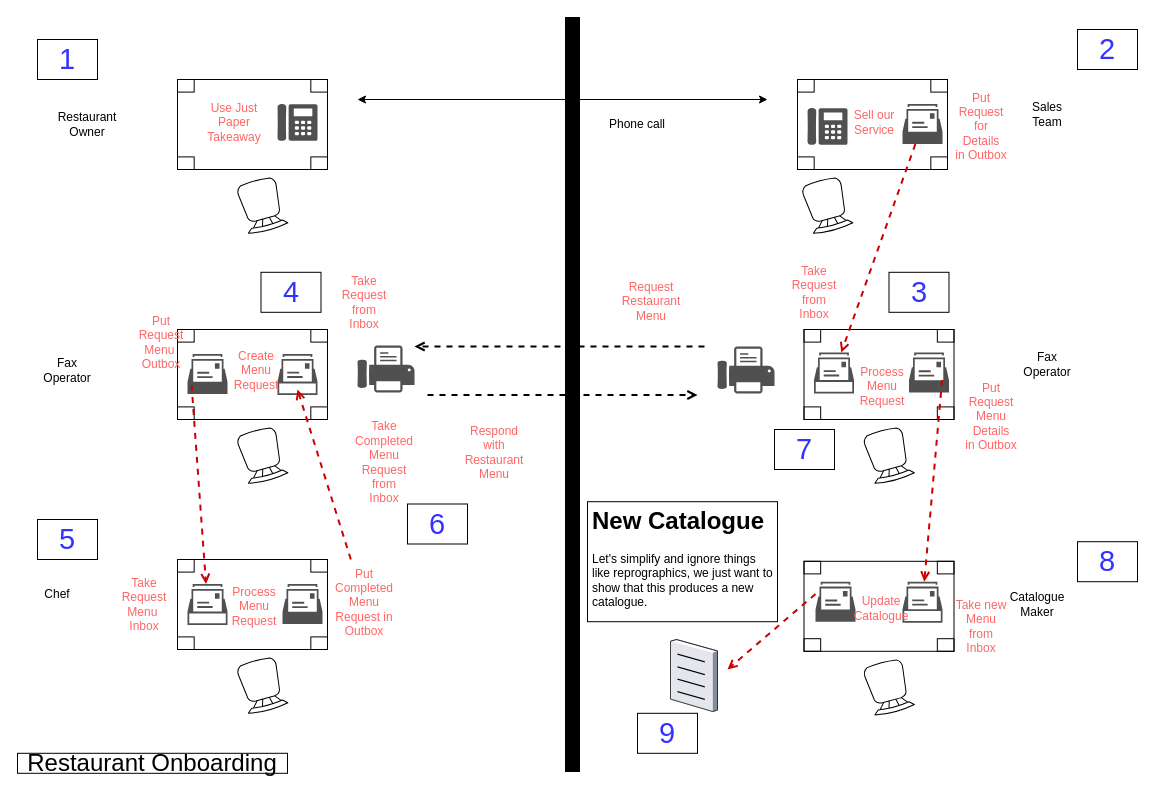
Earlier version of the draw.io diagram resources/Restaurant Onboarding.drawio (iancooper/practical-messaging). Source tidied: cells renumbered, new cells numbered last; positions are measured from the earlier drawing's top-left corner, leaving out a move shared by most shapes. Both pictures are drawn from the tidied source at 100%, with x=0, y=0 at pixel (17, 19).
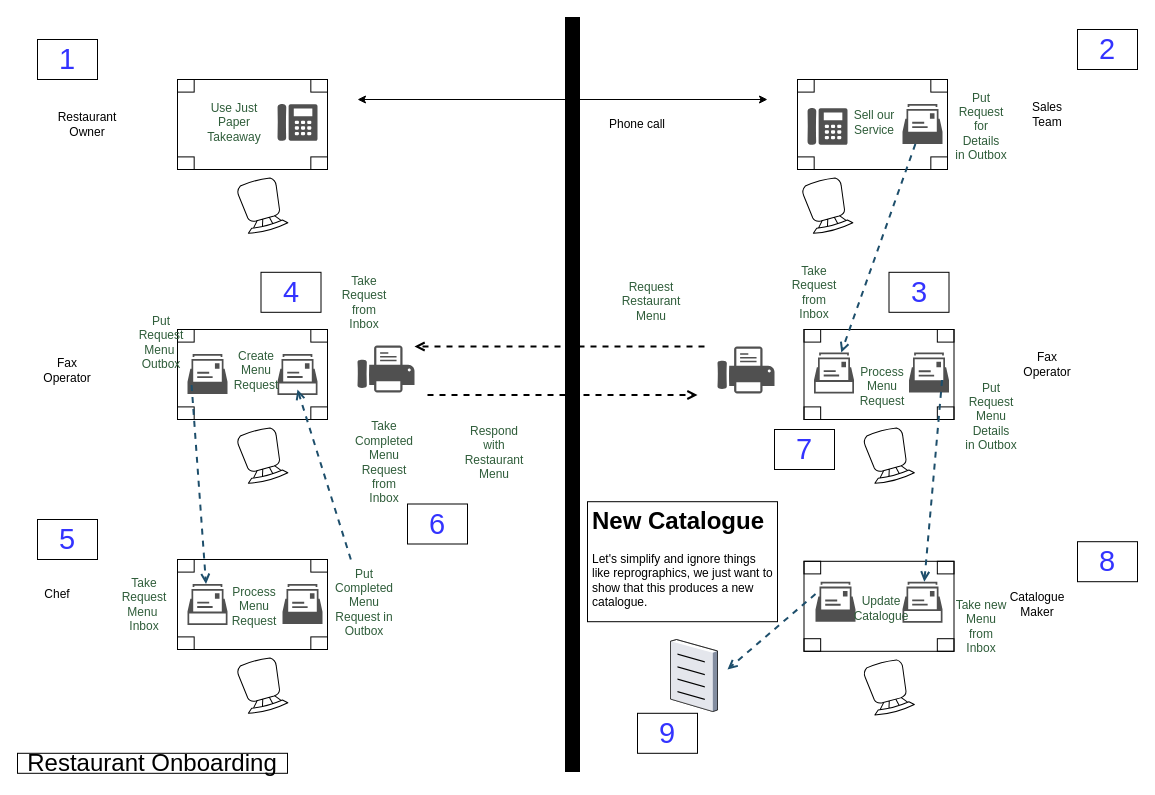
After the change.

Commit message (it also covers changes not shown here):
The 2021 flows stop drawing paper in red, and no re-export was needed

Unchanged cells that the change refers to:
```xml
<mxCell id="7" style="sketch=0;shadow=0;dashed=0;html=1;strokeColor=none;fillColor=#505050;labelPosition=center;verticalLabelPosition=bottom;verticalAlign=top;outlineConnect=0;align=center;shape=mxgraph.office.concepts.mailbox;" parent="1" vertex="1">
  <mxGeometry x="885" y="84.5" width="40" height="40" as="geometry" />
</mxCell>
<mxCell id="15" style="sketch=0;shadow=0;dashed=0;html=1;strokeColor=none;fillColor=#505050;labelPosition=center;verticalLabelPosition=bottom;verticalAlign=top;outlineConnect=0;align=center;shape=mxgraph.office.concepts.mailbox2;" parent="1" vertex="1">
  <mxGeometry x="796.5" y="333" width="40" height="41" as="geometry" />
</mxCell>
<mxCell id="37" style="sketch=0;shadow=0;dashed=0;html=1;strokeColor=none;fillColor=#505050;labelPosition=center;verticalLabelPosition=bottom;verticalAlign=top;outlineConnect=0;align=center;shape=mxgraph.office.concepts.mailbox2;" parent="1" vertex="1">
  <mxGeometry x="170" y="564.5" width="40" height="41" as="geometry" />
</mxCell>
<mxCell id="49" style="sketch=0;shadow=0;dashed=0;html=1;strokeColor=none;fillColor=#505050;labelPosition=center;verticalLabelPosition=bottom;verticalAlign=top;outlineConnect=0;align=center;shape=mxgraph.office.concepts.mailbox2;" parent="1" vertex="1">
  <mxGeometry x="885" y="562.2" width="40" height="41" as="geometry" />
</mxCell>
```

Change to the diagram source:
```diff
@@
-    <mxCell id="18" style="endArrow=open;dashed=1;html=1;strokeColor=#CC0000;endFill=0;strokeWidth=2;" parent="1" edge="1" source="7" target="15">
+    <mxCell id="18" style="endArrow=open;dashed=1;html=1;strokeColor=#1D4E6B;endFill=0;strokeWidth=2;" parent="1" edge="1" source="7" target="15">
       <mxGeometry relative="1" as="geometry" />
     </mxCell>
@@
-    <mxCell id="24" value="&lt;font color=&quot;#ff6666&quot;&gt;Put Request for Details&lt;br&gt;in Outbox&lt;/font&gt;" style="text;html=1;strokeColor=none;fillColor=none;align=center;verticalAlign=middle;whiteSpace=wrap;rounded=0;" parent="1" vertex="1">
+    <mxCell id="24" value="&lt;font color=&quot;#2F5D3A&quot;&gt;Put Request for Details&lt;br&gt;in Outbox&lt;/font&gt;" style="text;html=1;strokeColor=none;fillColor=none;align=center;verticalAlign=middle;whiteSpace=wrap;rounded=0;" parent="1" vertex="1">
       <mxGeometry x="936.5" y="64.5" width="53.5" height="85.5" as="geometry" />
     </mxCell>
-    <mxCell id="25" value="&lt;font color=&quot;#ff6666&quot;&gt;Take Request from Inbox&lt;/font&gt;" style="text;html=1;strokeColor=none;fillColor=none;align=center;verticalAlign=middle;whiteSpace=wrap;rounded=0;" parent="1" vertex="1">
+    <mxCell id="25" value="&lt;font color=&quot;#2F5D3A&quot;&gt;Take Request from Inbox&lt;/font&gt;" style="text;html=1;strokeColor=none;fillColor=none;align=center;verticalAlign=middle;whiteSpace=wrap;rounded=0;" parent="1" vertex="1">
       <mxGeometry x="770" y="230" width="53.5" height="85.5" as="geometry" />
     </mxCell>
-    <mxCell id="26" value="&lt;font color=&quot;#ff6666&quot;&gt;Sell our Service&lt;/font&gt;" style="text;html=1;strokeColor=none;fillColor=none;align=center;verticalAlign=middle;whiteSpace=wrap;rounded=0;" parent="1" vertex="1">
+    <mxCell id="26" value="&lt;font color=&quot;#2F5D3A&quot;&gt;Sell our Service&lt;/font&gt;" style="text;html=1;strokeColor=none;fillColor=none;align=center;verticalAlign=middle;whiteSpace=wrap;rounded=0;" parent="1" vertex="1">
       <mxGeometry x="830" y="60.2" width="53.5" height="85.5" as="geometry" />
     </mxCell>
-    <mxCell id="27" value="&lt;font color=&quot;#ff6666&quot;&gt;Use Just Paper Takeaway&lt;/font&gt;" style="text;html=1;strokeColor=none;fillColor=none;align=center;verticalAlign=middle;whiteSpace=wrap;rounded=0;" parent="1" vertex="1">
+    <mxCell id="27" value="&lt;font color=&quot;#2F5D3A&quot;&gt;Use Just Paper Takeaway&lt;/font&gt;" style="text;html=1;strokeColor=none;fillColor=none;align=center;verticalAlign=middle;whiteSpace=wrap;rounded=0;" parent="1" vertex="1">
       <mxGeometry x="190" y="60.2" width="53.5" height="85.5" as="geometry" />
     </mxCell>
-    <mxCell id="28" value="&lt;font color=&quot;#ff6666&quot;&gt;Request Restaurant Menu&lt;/font&gt;" style="text;html=1;strokeColor=none;fillColor=none;align=center;verticalAlign=middle;whiteSpace=wrap;rounded=0;" parent="1" vertex="1">
+    <mxCell id="28" value="&lt;font color=&quot;#2F5D3A&quot;&gt;Request Restaurant Menu&lt;/font&gt;" style="text;html=1;strokeColor=none;fillColor=none;align=center;verticalAlign=middle;whiteSpace=wrap;rounded=0;" parent="1" vertex="1">
       <mxGeometry x="606.5" y="239" width="53.5" height="85.5" as="geometry" />
     </mxCell>
@@
-    <mxCell id="32" value="&lt;font color=&quot;#ff6666&quot;&gt;Take Request from Inbox&lt;/font&gt;" style="text;html=1;strokeColor=none;fillColor=none;align=center;verticalAlign=middle;whiteSpace=wrap;rounded=0;" parent="1" vertex="1">
+    <mxCell id="32" value="&lt;font color=&quot;#2F5D3A&quot;&gt;Take Request from Inbox&lt;/font&gt;" style="text;html=1;strokeColor=none;fillColor=none;align=center;verticalAlign=middle;whiteSpace=wrap;rounded=0;" parent="1" vertex="1">
       <mxGeometry x="320" y="240.5" width="53.5" height="85.5" as="geometry" />
     </mxCell>
-    <mxCell id="33" value="&lt;font color=&quot;#ff6666&quot;&gt;Put Request Menu&amp;nbsp; Outbox&lt;/font&gt;" style="text;html=1;strokeColor=none;fillColor=none;align=center;verticalAlign=middle;whiteSpace=wrap;rounded=0;" parent="1" vertex="1">
+    <mxCell id="33" value="&lt;font color=&quot;#2F5D3A&quot;&gt;Put Request Menu&amp;nbsp; Outbox&lt;/font&gt;" style="text;html=1;strokeColor=none;fillColor=none;align=center;verticalAlign=middle;whiteSpace=wrap;rounded=0;" parent="1" vertex="1">
       <mxGeometry x="116.5" y="280" width="53.5" height="85.5" as="geometry" />
     </mxCell>
-    <mxCell id="34" value="&lt;font color=&quot;#ff6666&quot;&gt;Process Menu Request&lt;/font&gt;" style="text;html=1;strokeColor=none;fillColor=none;align=center;verticalAlign=middle;whiteSpace=wrap;rounded=0;" parent="1" vertex="1">
+    <mxCell id="34" value="&lt;font color=&quot;#2F5D3A&quot;&gt;Process Menu Request&lt;/font&gt;" style="text;html=1;strokeColor=none;fillColor=none;align=center;verticalAlign=middle;whiteSpace=wrap;rounded=0;" parent="1" vertex="1">
       <mxGeometry x="838" y="324.5" width="53.5" height="85.5" as="geometry" />
     </mxCell>
@@
-    <mxCell id="41" style="endArrow=open;dashed=1;html=1;strokeColor=#CC0000;endFill=0;strokeWidth=2;" parent="1" edge="1" target="37">
+    <mxCell id="41" style="endArrow=open;dashed=1;html=1;strokeColor=#1D4E6B;endFill=0;strokeWidth=2;" parent="1" edge="1" target="37">
       <mxGeometry relative="1" as="geometry">
         <mxPoint x="174.1" y="365.5" as="sourcePoint" />
       </mxGeometry>
     </mxCell>
-    <mxCell id="42" value="&lt;font color=&quot;#ff6666&quot;&gt;Take Request Menu&amp;nbsp; Inbox&lt;/font&gt;" style="text;html=1;strokeColor=none;fillColor=none;align=center;verticalAlign=middle;whiteSpace=wrap;rounded=0;" parent="1" vertex="1">
+    <mxCell id="42" value="&lt;font color=&quot;#2F5D3A&quot;&gt;Take Request Menu&amp;nbsp; Inbox&lt;/font&gt;" style="text;html=1;strokeColor=none;fillColor=none;align=center;verticalAlign=middle;whiteSpace=wrap;rounded=0;" parent="1" vertex="1">
       <mxGeometry x="100" y="541.8" width="53.5" height="85.5" as="geometry" />
     </mxCell>
-    <mxCell id="43" value="&lt;font color=&quot;#ff6666&quot;&gt;Process Menu Request&lt;/font&gt;" style="text;html=1;strokeColor=none;fillColor=none;align=center;verticalAlign=middle;whiteSpace=wrap;rounded=0;" parent="1" vertex="1">
+    <mxCell id="43" value="&lt;font color=&quot;#2F5D3A&quot;&gt;Process Menu Request&lt;/font&gt;" style="text;html=1;strokeColor=none;fillColor=none;align=center;verticalAlign=middle;whiteSpace=wrap;rounded=0;" parent="1" vertex="1">
       <mxGeometry x="210" y="544.5" width="53.5" height="85.5" as="geometry" />
     </mxCell>
-    <mxCell id="44" value="&lt;font color=&quot;#ff6666&quot;&gt;Put Completed Menu&lt;br&gt;Request in &lt;br&gt;Outbox&lt;/font&gt;" style="text;html=1;strokeColor=none;fillColor=none;align=center;verticalAlign=middle;whiteSpace=wrap;rounded=0;" parent="1" vertex="1">
+    <mxCell id="44" value="&lt;font color=&quot;#2F5D3A&quot;&gt;Put Completed Menu&lt;br&gt;Request in &lt;br&gt;Outbox&lt;/font&gt;" style="text;html=1;strokeColor=none;fillColor=none;align=center;verticalAlign=middle;whiteSpace=wrap;rounded=0;" parent="1" vertex="1">
       <mxGeometry x="320" y="540" width="53.5" height="85.5" as="geometry" />
     </mxCell>
-    <mxCell id="45" style="endArrow=open;dashed=1;html=1;strokeColor=#CC0000;endFill=0;strokeWidth=2;" parent="1" edge="1" source="44">
+    <mxCell id="45" style="endArrow=open;dashed=1;html=1;strokeColor=#1D4E6B;endFill=0;strokeWidth=2;" parent="1" edge="1" source="44">
       <mxGeometry relative="1" as="geometry">
         <mxPoint x="280" y="370" as="targetPoint" />
       </mxGeometry>
     </mxCell>
-    <mxCell id="46" value="&lt;font color=&quot;#ff6666&quot;&gt;Put Request Menu Details&lt;br&gt;in Outbox&lt;/font&gt;" style="text;html=1;strokeColor=none;fillColor=none;align=center;verticalAlign=middle;whiteSpace=wrap;rounded=0;" parent="1" vertex="1">
+    <mxCell id="46" value="&lt;font color=&quot;#2F5D3A&quot;&gt;Put Request Menu Details&lt;br&gt;in Outbox&lt;/font&gt;" style="text;html=1;strokeColor=none;fillColor=none;align=center;verticalAlign=middle;whiteSpace=wrap;rounded=0;" parent="1" vertex="1">
       <mxGeometry x="946.5" y="354.5" width="53.5" height="85.5" as="geometry" />
     </mxCell>
@@
-    <mxCell id="51" style="endArrow=open;dashed=1;html=1;strokeColor=#CC0000;endFill=0;strokeWidth=2;" parent="1" edge="1" target="49">
+    <mxCell id="51" style="endArrow=open;dashed=1;html=1;strokeColor=#1D4E6B;endFill=0;strokeWidth=2;" parent="1" edge="1" target="49">
       <mxGeometry relative="1" as="geometry">
         <mxPoint x="924.6" y="360.5" as="sourcePoint" />
       </mxGeometry>
     </mxCell>
@@
-    <mxCell id="54" value="&lt;font color=&quot;#ff6666&quot;&gt;Update Catalogue&lt;/font&gt;" style="text;html=1;strokeColor=none;fillColor=none;align=center;verticalAlign=middle;whiteSpace=wrap;rounded=0;" parent="1" vertex="1">
+    <mxCell id="54" value="&lt;font color=&quot;#2F5D3A&quot;&gt;Update Catalogue&lt;/font&gt;" style="text;html=1;strokeColor=none;fillColor=none;align=center;verticalAlign=middle;whiteSpace=wrap;rounded=0;" parent="1" vertex="1">
       <mxGeometry x="836.5" y="546.2" width="53.5" height="85.5" as="geometry" />
     </mxCell>
-    <mxCell id="55" value="&lt;font color=&quot;#ff6666&quot;&gt;Take new Menu&lt;br&gt;from Inbox&lt;/font&gt;" style="text;html=1;strokeColor=none;fillColor=none;align=center;verticalAlign=middle;whiteSpace=wrap;rounded=0;" parent="1" vertex="1">
+    <mxCell id="55" value="&lt;font color=&quot;#2F5D3A&quot;&gt;Take new Menu&lt;br&gt;from Inbox&lt;/font&gt;" style="text;html=1;strokeColor=none;fillColor=none;align=center;verticalAlign=middle;whiteSpace=wrap;rounded=0;" parent="1" vertex="1">
       <mxGeometry x="936.5" y="564.5" width="53.5" height="85.5" as="geometry" />
     </mxCell>
-    <mxCell id="56" style="endArrow=open;dashed=1;html=1;strokeColor=#CC0000;endFill=0;strokeWidth=2;" parent="1" edge="1">
+    <mxCell id="56" style="endArrow=open;dashed=1;html=1;strokeColor=#1D4E6B;endFill=0;strokeWidth=2;" parent="1" edge="1">
       <mxGeometry relative="1" as="geometry">
         <mxPoint x="798" y="574.5" as="sourcePoint" />
         <mxPoint x="710" y="650" as="targetPoint" />
       </mxGeometry>
     </mxCell>
@@
-    <mxCell id="67" value="&lt;font color=&quot;#ff6666&quot;&gt;Take Completed Menu&lt;br&gt;Request from&lt;br&gt;Inbox&lt;/font&gt;" style="text;html=1;strokeColor=none;fillColor=none;align=center;verticalAlign=middle;whiteSpace=wrap;rounded=0;" parent="1" vertex="1">
+    <mxCell id="67" value="&lt;font color=&quot;#2F5D3A&quot;&gt;Take Completed Menu&lt;br&gt;Request from&lt;br&gt;Inbox&lt;/font&gt;" style="text;html=1;strokeColor=none;fillColor=none;align=center;verticalAlign=middle;whiteSpace=wrap;rounded=0;" parent="1" vertex="1">
       <mxGeometry x="340" y="400" width="53.5" height="85.5" as="geometry" />
     </mxCell>
-    <mxCell id="68" value="&lt;font color=&quot;#ff6666&quot;&gt;Respond with Restaurant Menu&lt;/font&gt;" style="text;html=1;strokeColor=none;fillColor=none;align=center;verticalAlign=middle;whiteSpace=wrap;rounded=0;" parent="1" vertex="1">
+    <mxCell id="68" value="&lt;font color=&quot;#2F5D3A&quot;&gt;Respond with Restaurant Menu&lt;/font&gt;" style="text;html=1;strokeColor=none;fillColor=none;align=center;verticalAlign=middle;whiteSpace=wrap;rounded=0;" parent="1" vertex="1">
       <mxGeometry x="450" y="390" width="53.5" height="85.5" as="geometry" />
     </mxCell>
@@
-    <mxCell id="71" value="&lt;font color=&quot;#ff6666&quot;&gt;Create Menu&lt;br&gt;Request&lt;br&gt;&lt;/font&gt;" style="text;html=1;strokeColor=none;fillColor=none;align=center;verticalAlign=middle;whiteSpace=wrap;rounded=0;" parent="1" vertex="1">
+    <mxCell id="71" value="&lt;font color=&quot;#2F5D3A&quot;&gt;Create Menu&lt;br&gt;Request&lt;br&gt;&lt;/font&gt;" style="text;html=1;strokeColor=none;fillColor=none;align=center;verticalAlign=middle;whiteSpace=wrap;rounded=0;" parent="1" vertex="1">
       <mxGeometry x="211.5" y="307.8" width="53.5" height="85.5" as="geometry" />
     </mxCell>
```
